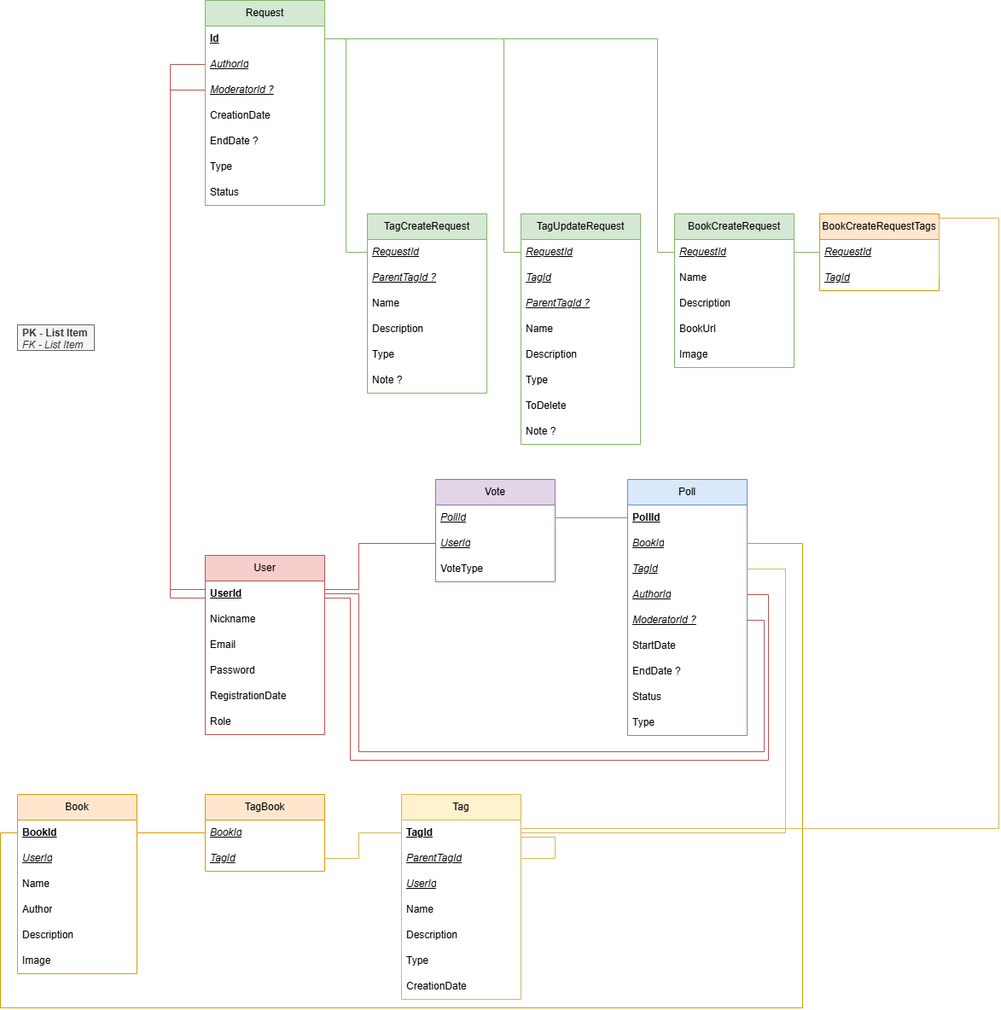
Above: wiki/img/DB.png in AlexandriaCodex/Docs (draw.io), before the change. Source tidied: cells renumbered, new cells last; positions are measured from the earlier drawing's top-left corner, leaving out a move shared by most shapes.
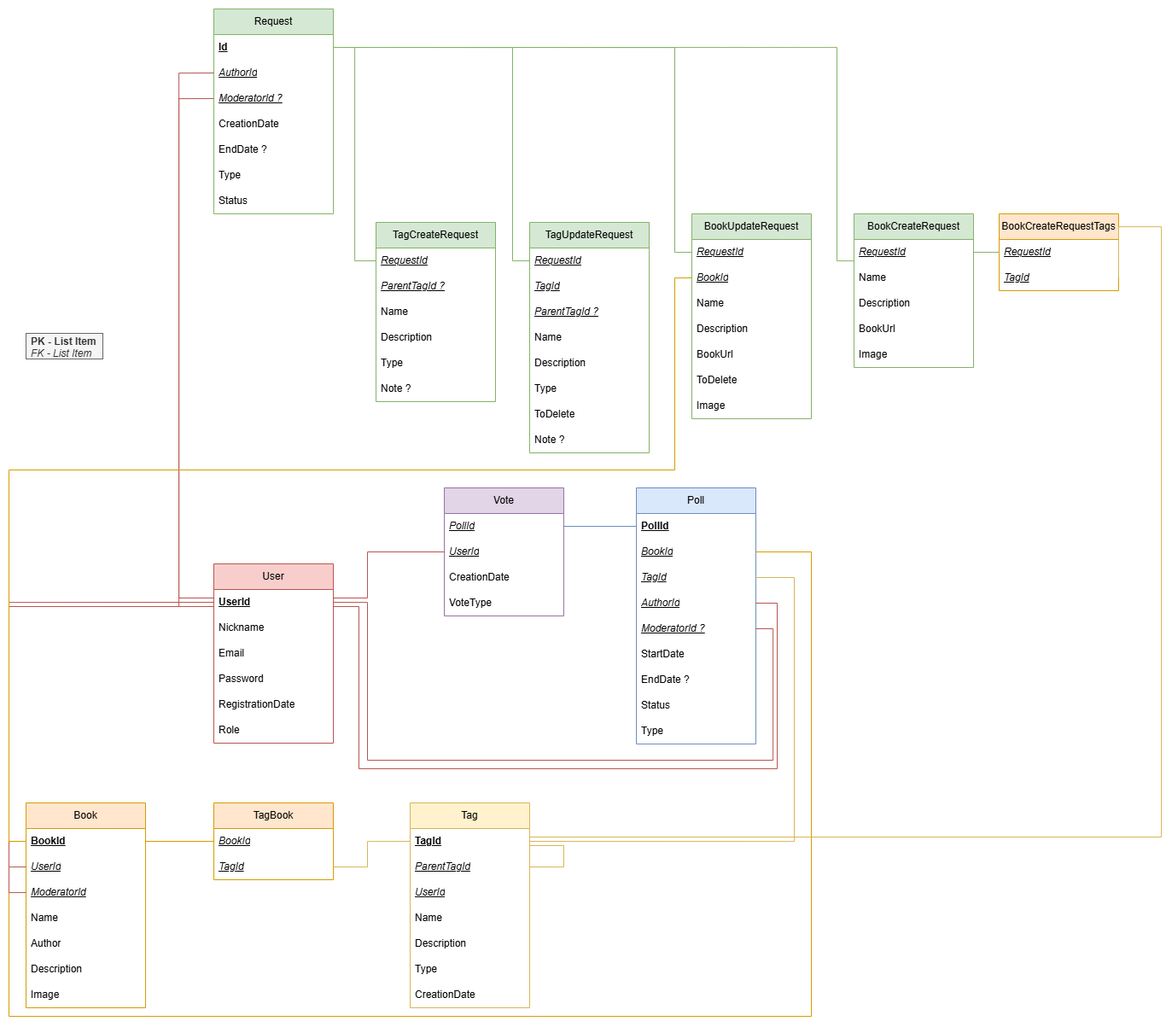
Above is the later version.

Commit message:
[docs/#10] - обновил диаграмму БД

Change to the diagram source:
```diff
@@ -24,7 +24,7 @@
       <mxGeometry y="180" width="140" height="30" as="geometry" />
     </mxCell>
     <mxCell id="9" value="Book" style="swimlane;fontStyle=0;horizontal=1;startSize=30;whiteSpace=wrap;html=1;fillColor=#ffe6cc;strokeColor=#d79b00;" parent="1" vertex="1">
-      <mxGeometry x="20" y="930" width="140" height="210" as="geometry" />
+      <mxGeometry x="20" y="930" width="140" height="240" as="geometry" />
     </mxCell>
     <mxCell id="10" value="BookId" style="text;strokeColor=none;fillColor=none;align=left;verticalAlign=middle;spacingLeft=4;spacingRight=4;overflow=hidden;points=[[0,0.5],[1,0.5]];portConstraint=eastwest;whiteSpace=wrap;html=1;fontStyle=5;" parent="9" vertex="1">
       <mxGeometry y="30" width="140" height="30" as="geometry" />
@@ -32,17 +32,20 @@
     <mxCell id="11" value="UserId" style="text;strokeColor=none;fillColor=none;align=left;verticalAlign=middle;spacingLeft=4;spacingRight=4;overflow=hidden;points=[[0,0.5],[1,0.5]];portConstraint=eastwest;whiteSpace=wrap;html=1;fontStyle=6;" parent="9" vertex="1">
       <mxGeometry y="60" width="140" height="30" as="geometry" />
     </mxCell>
+    <mxCell id="91" value="ModeratorId" style="text;strokeColor=none;fillColor=none;align=left;verticalAlign=middle;spacingLeft=4;spacingRight=4;overflow=hidden;points=[[0,0.5],[1,0.5]];portConstraint=eastwest;whiteSpace=wrap;html=1;fontStyle=6;" parent="9" vertex="1">
+      <mxGeometry y="90" width="140" height="30" as="geometry" />
+    </mxCell>
     <mxCell id="12" value="Name" style="text;strokeColor=none;fillColor=none;align=left;verticalAlign=middle;spacingLeft=4;spacingRight=4;overflow=hidden;whiteSpace=wrap;html=1;" parent="9" vertex="1">
-      <mxGeometry y="90" width="140" height="30" as="geometry" />
+      <mxGeometry y="120" width="140" height="30" as="geometry" />
     </mxCell>
     <mxCell id="13" value="Author" style="text;strokeColor=none;fillColor=none;align=left;verticalAlign=middle;spacingLeft=4;spacingRight=4;overflow=hidden;whiteSpace=wrap;html=1;" parent="9" vertex="1">
-      <mxGeometry y="120" width="140" height="30" as="geometry" />
+      <mxGeometry y="150" width="140" height="30" as="geometry" />
     </mxCell>
     <mxCell id="14" value="Description" style="text;strokeColor=none;fillColor=none;align=left;verticalAlign=middle;spacingLeft=4;spacingRight=4;overflow=hidden;whiteSpace=wrap;html=1;" parent="9" vertex="1">
-      <mxGeometry y="150" width="140" height="30" as="geometry" />
+      <mxGeometry y="180" width="140" height="30" as="geometry" />
     </mxCell>
     <mxCell id="15" value="Image" style="text;strokeColor=none;fillColor=none;align=left;verticalAlign=middle;spacingLeft=4;spacingRight=4;overflow=hidden;whiteSpace=wrap;html=1;" parent="9" vertex="1">
-      <mxGeometry y="180" width="140" height="30" as="geometry" />
+      <mxGeometry y="210" width="140" height="30" as="geometry" />
     </mxCell>
     <mxCell id="16" value="Tag" style="swimlane;fontStyle=0;horizontal=1;startSize=30;whiteSpace=wrap;html=1;fillColor=#fff2cc;strokeColor=#d6b656;" parent="1" vertex="1">
       <mxGeometry x="470" y="930" width="140" height="240" as="geometry" />
@@ -128,7 +131,7 @@
       <mxGeometry y="270" width="140" height="30" as="geometry" />
     </mxCell>
     <mxCell id="40" value="Vote" style="swimlane;fontStyle=0;horizontal=1;startSize=30;whiteSpace=wrap;html=1;fillColor=#e1d5e7;strokeColor=#9673a6;" parent="1" vertex="1">
-      <mxGeometry x="510" y="561" width="140" height="120" as="geometry" />
+      <mxGeometry x="510" y="561" width="140" height="150" as="geometry" />
     </mxCell>
     <mxCell id="41" value="&lt;u&gt;&lt;i&gt;&lt;span style=&quot;text-align: center;&quot;&gt;Poll&lt;/span&gt;Id&lt;/i&gt;&lt;/u&gt;" style="text;strokeColor=none;fillColor=none;align=left;verticalAlign=middle;spacingLeft=4;spacingRight=4;overflow=hidden;points=[[0,0.5],[1,0.5]];portConstraint=eastwest;whiteSpace=wrap;html=1;" parent="40" vertex="1">
       <mxGeometry y="30" width="140" height="30" as="geometry" />
@@ -136,8 +139,11 @@
     <mxCell id="42" value="&lt;u&gt;&lt;i&gt;UserId&lt;/i&gt;&lt;/u&gt;" style="text;strokeColor=none;fillColor=none;align=left;verticalAlign=middle;spacingLeft=4;spacingRight=4;overflow=hidden;points=[[0,0.5],[1,0.5]];portConstraint=eastwest;whiteSpace=wrap;html=1;" parent="40" vertex="1">
       <mxGeometry y="60" width="140" height="30" as="geometry" />
     </mxCell>
+    <mxCell id="92" value="CreationDate" style="text;strokeColor=none;fillColor=none;align=left;verticalAlign=middle;spacingLeft=4;spacingRight=4;overflow=hidden;whiteSpace=wrap;html=1;" parent="40" vertex="1">
+      <mxGeometry y="90" width="140" height="30" as="geometry" />
+    </mxCell>
     <mxCell id="43" value="VoteType" style="text;strokeColor=none;fillColor=none;align=left;verticalAlign=middle;spacingLeft=4;spacingRight=4;overflow=hidden;whiteSpace=wrap;html=1;" parent="40" vertex="1">
-      <mxGeometry y="90" width="140" height="30" as="geometry" />
+      <mxGeometry y="120" width="140" height="30" as="geometry" />
     </mxCell>
     <mxCell id="44" style="edgeStyle=orthogonalEdgeStyle;rounded=0;jettySize=auto;html=1;exitX=0;exitY=0.5;exitDx=0;exitDy=0;entryX=1;entryY=0.5;entryDx=0;entryDy=0;endArrow=none;endFill=0;fillColor=#dae8fc;strokeColor=#6c8ebf;" parent="1" edge="1" source="31" target="41">
       <mxGeometry relative="1" as="geometry" />
@@ -232,7 +238,7 @@
       <mxGeometry relative="1" as="geometry" />
     </mxCell>
     <mxCell id="66" value="BookCreateRequest" style="swimlane;fontStyle=0;horizontal=1;startSize=30;whiteSpace=wrap;html=1;fillColor=#d5e8d4;strokeColor=#82b366;" parent="1" vertex="1">
-      <mxGeometry x="790" y="250" width="140" height="180" as="geometry" />
+      <mxGeometry x="990" y="240" width="140" height="180" as="geometry" />
     </mxCell>
     <mxCell id="67" value="&lt;u&gt;&lt;i&gt;RequestId&lt;/i&gt;&lt;/u&gt;" style="text;strokeColor=none;fillColor=none;align=left;verticalAlign=middle;spacingLeft=4;spacingRight=4;overflow=hidden;points=[[0,0.5],[1,0.5]];portConstraint=eastwest;whiteSpace=wrap;html=1;fontStyle=4;" parent="66" vertex="1">
       <mxGeometry y="30" width="140" height="30" as="geometry" />
@@ -252,13 +258,14 @@
     <mxCell id="72" style="edgeStyle=orthogonalEdgeStyle;rounded=0;jettySize=auto;html=1;exitX=1;exitY=0.5;exitDx=0;exitDy=0;entryX=0;entryY=0.5;entryDx=0;entryDy=0;fillColor=#d5e8d4;strokeColor=#82b366;endArrow=none;endFill=0;" parent="1" edge="1" source="51" target="67">
       <mxGeometry relative="1" as="geometry">
         <Array as="points">
-          <mxPoint x="770" y="45" />
-          <mxPoint x="770" y="295" />
+          <mxPoint x="970" y="45" />
+          <mxPoint x="970" y="295" />
+          <mxPoint x="990" y="295" />
         </Array>
       </mxGeometry>
     </mxCell>
     <mxCell id="73" value="BookCreateRequestTags" style="swimlane;fontStyle=0;horizontal=1;startSize=30;whiteSpace=wrap;html=1;fillColor=#ffe6cc;strokeColor=#d79b00;" parent="1" vertex="1">
-      <mxGeometry x="960" y="250" width="140" height="90" as="geometry" />
+      <mxGeometry x="1160" y="240" width="140" height="90" as="geometry" />
     </mxCell>
     <mxCell id="74" value="&lt;u style=&quot;font-style: normal;&quot;&gt;&lt;i&gt;RequestId&lt;/i&gt;&lt;/u&gt;" style="text;strokeColor=none;fillColor=none;align=left;verticalAlign=middle;spacingLeft=4;spacingRight=4;overflow=hidden;points=[[0,0.5],[1,0.5]];portConstraint=eastwest;whiteSpace=wrap;html=1;fontStyle=6;" parent="73" vertex="1">
       <mxGeometry y="30" width="140" height="30" as="geometry" />
@@ -325,8 +332,9 @@
     <mxCell id="89" style="edgeStyle=orthogonalEdgeStyle;rounded=0;jettySize=auto;html=1;exitX=1;exitY=0.5;exitDx=0;exitDy=0;entryX=1;entryY=0.5;entryDx=0;entryDy=0;fillColor=#fff2cc;strokeColor=#d6b656;endArrow=none;endFill=0;" parent="1" edge="1" source="75" target="17">
       <mxGeometry relative="1" as="geometry">
         <Array as="points">
-          <mxPoint x="1170" y="255" />
-          <mxPoint x="1170" y="970" />
+          <mxPoint x="1300" y="255" />
+          <mxPoint x="1350" y="255" />
+          <mxPoint x="1350" y="970" />
           <mxPoint x="610" y="970" />
         </Array>
       </mxGeometry>
@@ -341,5 +349,65 @@
         </Array>
       </mxGeometry>
     </mxCell>
+    <mxCell id="93" style="edgeStyle=orthogonalEdgeStyle;rounded=0;jettySize=auto;html=1;exitX=0;exitY=0.5;exitDx=0;exitDy=0;entryX=0;entryY=0.5;entryDx=0;entryDy=0;fillColor=#f8cecc;strokeColor=#b85450;endArrow=none;endFill=0;" parent="1" edge="1" source="11" target="3">
+      <mxGeometry relative="1" as="geometry">
+        <Array as="points">
+          <mxPoint y="1005" />
+          <mxPoint y="695" />
+        </Array>
+      </mxGeometry>
+    </mxCell>
+    <mxCell id="94" value="BookUpdateRequest" style="swimlane;fontStyle=0;horizontal=1;startSize=30;whiteSpace=wrap;html=1;fillColor=#d5e8d4;strokeColor=#82b366;" parent="1" vertex="1">
+      <mxGeometry x="800" y="240" width="140" height="240" as="geometry" />
+    </mxCell>
+    <mxCell id="95" value="&lt;u&gt;&lt;i&gt;RequestId&lt;/i&gt;&lt;/u&gt;" style="text;strokeColor=none;fillColor=none;align=left;verticalAlign=middle;spacingLeft=4;spacingRight=4;overflow=hidden;points=[[0,0.5],[1,0.5]];portConstraint=eastwest;whiteSpace=wrap;html=1;fontStyle=4;" parent="94" vertex="1">
+      <mxGeometry y="30" width="140" height="30" as="geometry" />
+    </mxCell>
+    <mxCell id="96" value="&lt;u&gt;&lt;i&gt;BookId&lt;/i&gt;&lt;/u&gt;" style="text;strokeColor=none;fillColor=none;align=left;verticalAlign=middle;spacingLeft=4;spacingRight=4;overflow=hidden;whiteSpace=wrap;html=1;fontStyle=4;" parent="94" vertex="1">
+      <mxGeometry y="60" width="140" height="30" as="geometry" />
+    </mxCell>
+    <mxCell id="97" value="Name" style="text;strokeColor=none;fillColor=none;align=left;verticalAlign=middle;spacingLeft=4;spacingRight=4;overflow=hidden;whiteSpace=wrap;html=1;" parent="94" vertex="1">
+      <mxGeometry y="90" width="140" height="30" as="geometry" />
+    </mxCell>
+    <mxCell id="98" value="Description" style="text;strokeColor=none;fillColor=none;align=left;verticalAlign=middle;spacingLeft=4;spacingRight=4;overflow=hidden;whiteSpace=wrap;html=1;" parent="94" vertex="1">
+      <mxGeometry y="120" width="140" height="30" as="geometry" />
+    </mxCell>
+    <mxCell id="99" value="BookUrl" style="text;strokeColor=none;fillColor=none;align=left;verticalAlign=middle;spacingLeft=4;spacingRight=4;overflow=hidden;whiteSpace=wrap;html=1;" parent="94" vertex="1">
+      <mxGeometry y="150" width="140" height="30" as="geometry" />
+    </mxCell>
+    <mxCell id="100" value="ToDelete" style="text;strokeColor=none;fillColor=none;align=left;verticalAlign=middle;spacingLeft=4;spacingRight=4;overflow=hidden;whiteSpace=wrap;html=1;" parent="94" vertex="1">
+      <mxGeometry y="180" width="140" height="30" as="geometry" />
+    </mxCell>
+    <mxCell id="101" value="Image" style="text;strokeColor=none;fillColor=none;align=left;verticalAlign=middle;spacingLeft=4;spacingRight=4;overflow=hidden;whiteSpace=wrap;html=1;" parent="94" vertex="1">
+      <mxGeometry y="210" width="140" height="30" as="geometry" />
+    </mxCell>
+    <mxCell id="102" style="edgeStyle=orthogonalEdgeStyle;rounded=0;jettySize=auto;html=1;exitX=0;exitY=0.5;exitDx=0;exitDy=0;entryX=1;entryY=0.5;entryDx=0;entryDy=0;fillColor=#d5e8d4;strokeColor=#82b366;endArrow=none;endFill=0;" parent="1" edge="1" source="95" target="51">
+      <mxGeometry relative="1" as="geometry">
+        <Array as="points">
+          <mxPoint x="780" y="285" />
+          <mxPoint x="780" y="45" />
+        </Array>
+      </mxGeometry>
+    </mxCell>
+    <mxCell id="103" style="edgeStyle=orthogonalEdgeStyle;rounded=0;jettySize=auto;html=1;exitX=0;exitY=0.5;exitDx=0;exitDy=0;fillColor=#f8cecc;strokeColor=#b85450;endArrow=none;endFill=0;" parent="1" edge="1" source="91">
+      <mxGeometry relative="1" as="geometry">
+        <mxPoint x="240" y="700" as="targetPoint" />
+        <Array as="points">
+          <mxPoint y="1035" />
+          <mxPoint y="700" />
+        </Array>
+      </mxGeometry>
+    </mxCell>
+    <mxCell id="104" style="edgeStyle=orthogonalEdgeStyle;rounded=0;jettySize=auto;html=1;entryX=0;entryY=0.5;entryDx=0;entryDy=0;fillColor=#ffe6cc;strokeColor=#d79b00;endArrow=none;endFill=0;" parent="1" edge="1" target="10">
+      <mxGeometry relative="1" as="geometry">
+        <mxPoint x="800" y="315" as="sourcePoint" />
+        <Array as="points">
+          <mxPoint x="780" y="315" />
+          <mxPoint x="780" y="540" />
+          <mxPoint y="540" />
+          <mxPoint y="975" />
+        </Array>
+      </mxGeometry>
+    </mxCell>
   </root>
 </mxGraphModel>
```
